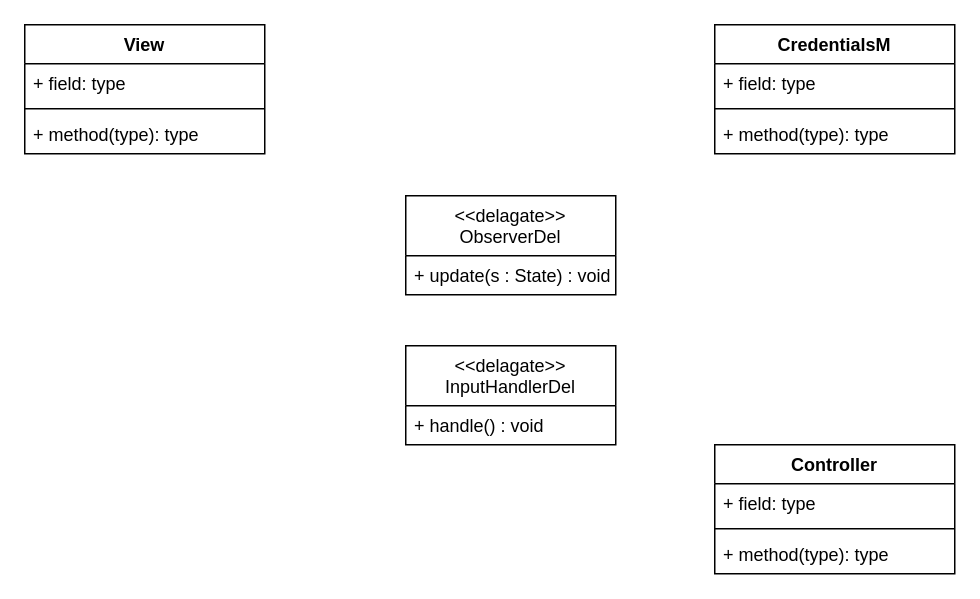
The draw.io diagram Lab2.drawio in sammcanany/drawio, before the edit. Source tidied: cells renumbered, new cells numbered last; positions are measured from the earlier drawing's top-left corner, leaving out a move shared by most shapes. Both pictures are drawn from the tidied source at 150%, with x=0, y=0 at pixel (24, 24).
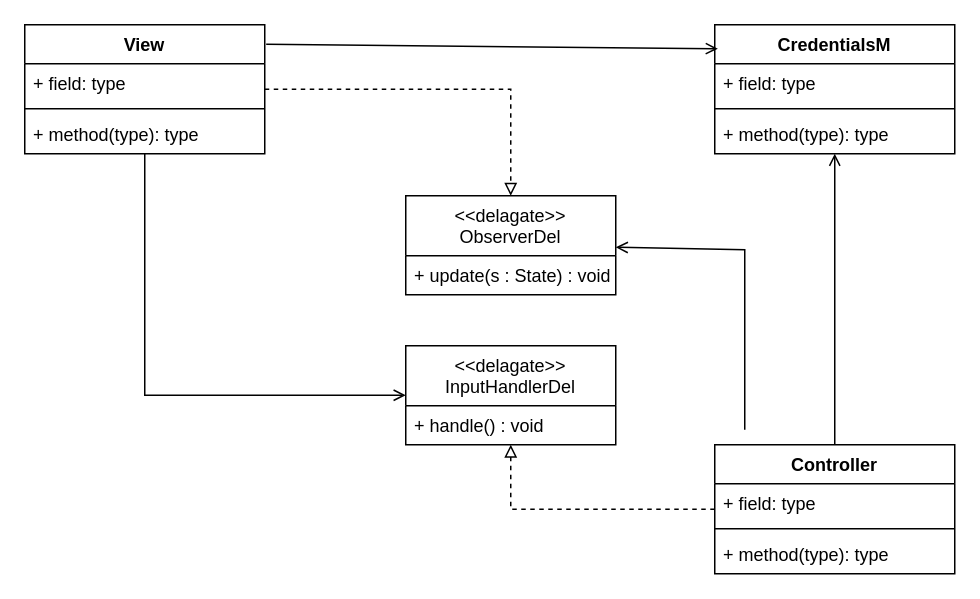
After the change.

The change refers to these unchanged cells:
```xml
<mxCell id="2" value="View" style="swimlane;fontStyle=1;align=center;verticalAlign=top;horizontal=1;startSize=26;" parent="1" vertex="1">
  <mxGeometry width="160" height="86" as="geometry" />
</mxCell>
<mxCell id="6" value="CredentialsM" style="swimlane;fontStyle=1;align=center;verticalAlign=top;horizontal=1;startSize=26;" parent="1" vertex="1">
  <mxGeometry x="460" width="160" height="86" as="geometry" />
</mxCell>
<mxCell id="10" value="Controller" style="swimlane;fontStyle=1;align=center;verticalAlign=top;horizontal=1;startSize=26;" parent="1" vertex="1">
  <mxGeometry x="460" y="280" width="160" height="86" as="geometry" />
</mxCell>
<mxCell id="14" value="&lt;&lt;delagate&gt;&gt;&#10;ObserverDel" style="swimlane;fontStyle=0;horizontal=1;startSize=40;fillColor=none;" parent="1" vertex="1">
  <mxGeometry x="254" y="114" width="140" height="66" as="geometry" />
</mxCell>
<mxCell id="16" value="&lt;&lt;delagate&gt;&gt;&#10;InputHandlerDel" style="swimlane;fontStyle=0;horizontal=1;startSize=40;fillColor=none;" parent="1" vertex="1">
  <mxGeometry x="254" y="214" width="140" height="66" as="geometry" />
</mxCell>
```

Diff of the diagram source:
```diff
@@
+    <mxCell id="18" style="endArrow=open;html=1;rounded=0;exitX=0.5;exitY=0;exitDx=0;exitDy=0;endFill=0;" parent="1" edge="1" source="10" target="6">
+      <mxGeometry relative="1" as="geometry" />
+    </mxCell>
+    <mxCell id="19" style="endArrow=block;html=1;rounded=0;dashed=1;endFill=0;" parent="1" edge="1" source="2" target="14">
+      <mxGeometry relative="1" as="geometry">
+        <Array as="points">
+          <mxPoint x="324" y="43" />
+        </Array>
+      </mxGeometry>
+    </mxCell>
+    <mxCell id="20" style="endArrow=open;html=1;rounded=0;endFill=0;" parent="1" edge="1" target="14">
+      <mxGeometry relative="1" as="geometry">
+        <mxPoint x="480" y="270" as="sourcePoint" />
+        <Array as="points">
+          <mxPoint x="480" y="150" />
+        </Array>
+      </mxGeometry>
+    </mxCell>
+    <mxCell id="21" style="endArrow=open;html=1;rounded=0;endFill=0;" parent="1" edge="1" source="2" target="16">
+      <mxGeometry relative="1" as="geometry">
+        <Array as="points">
+          <mxPoint x="80" y="247" />
+        </Array>
+      </mxGeometry>
+    </mxCell>
+    <mxCell id="22" style="endArrow=block;html=1;rounded=0;endFill=0;dashed=1;" parent="1" edge="1" source="10" target="16">
+      <mxGeometry relative="1" as="geometry">
+        <Array as="points">
+          <mxPoint x="324" y="323" />
+        </Array>
+      </mxGeometry>
+    </mxCell>
+    <mxCell id="23" style="endArrow=open;html=1;rounded=0;exitX=1.006;exitY=0.151;exitDx=0;exitDy=0;exitPerimeter=0;entryX=0.013;entryY=0.186;entryDx=0;entryDy=0;entryPerimeter=0;endFill=0;" parent="1" edge="1" source="2" target="6">
+      <mxGeometry relative="1" as="geometry" />
+    </mxCell>
```
